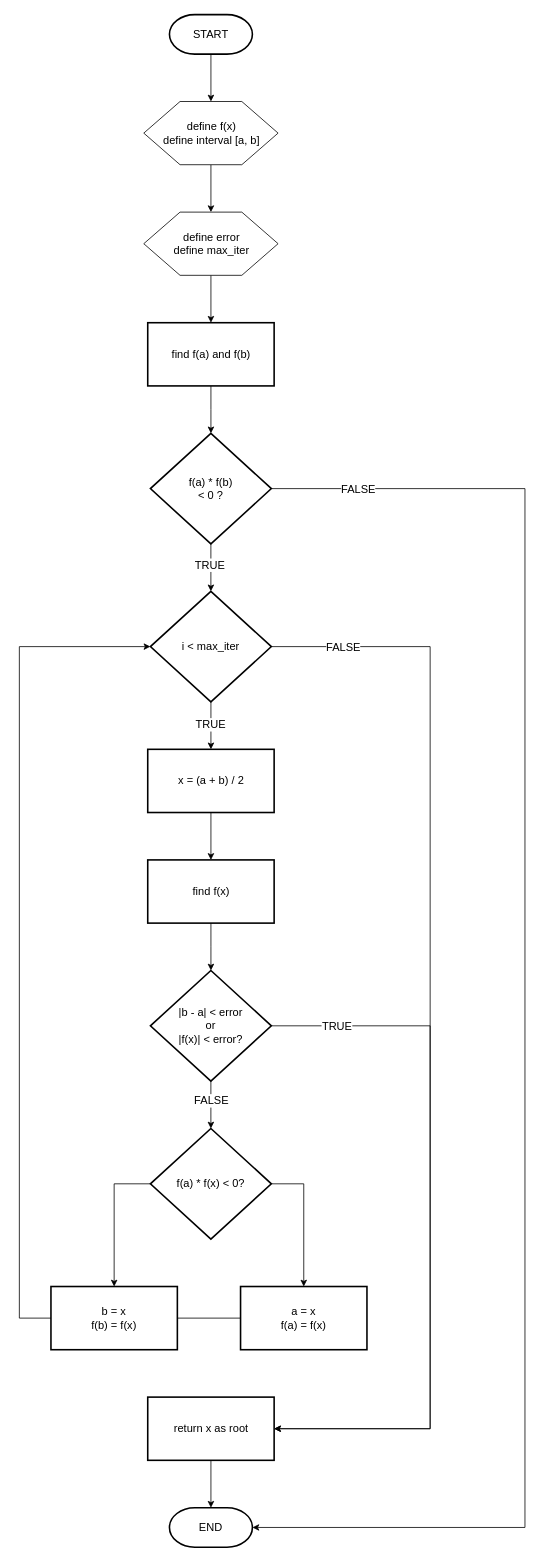
Earlier version of the draw.io diagram false-position/false-position.drawio (HarisHerdiansyah/computational-math). Source tidied: cells renumbered, new cells numbered last; positions are measured from the earlier drawing's top-left corner, leaving out a move shared by most shapes. Both pictures are drawn from the tidied source at 79%, with x=0, y=0 at pixel (19, 14).
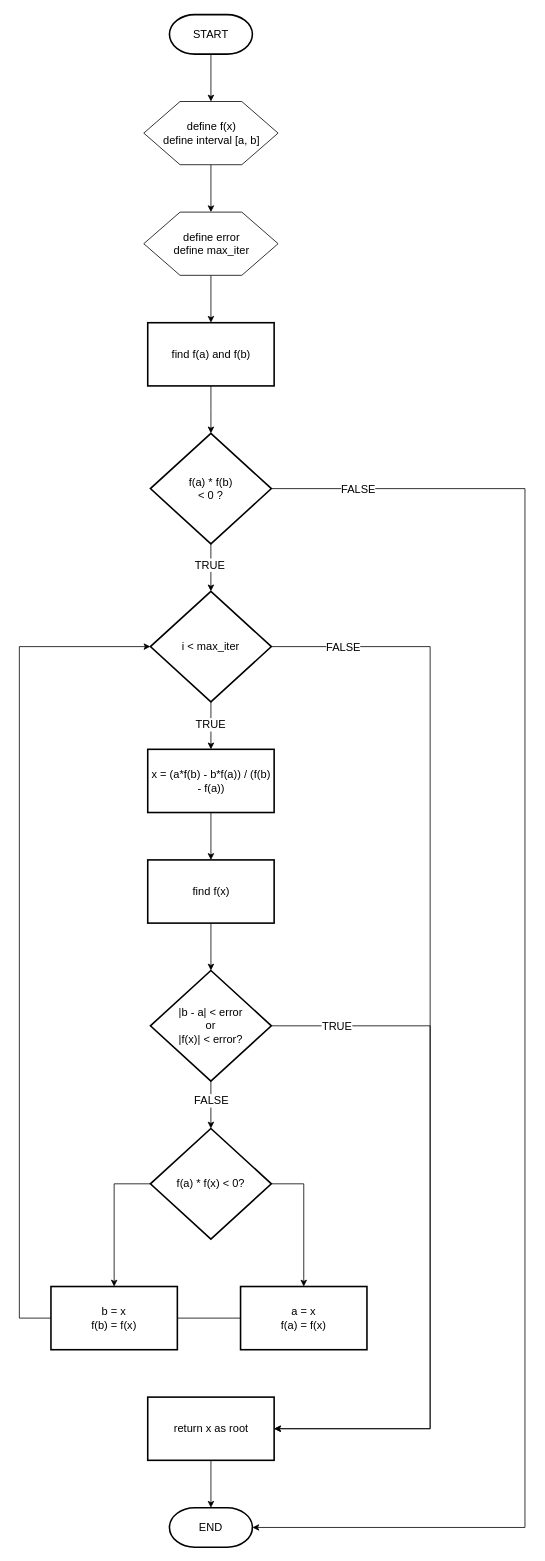
Above is the later version.

The edit, as a diff of the source:
```diff
@@
-    <mxCell id="14" value="x = (a + b) / 2" style="rounded=1;whiteSpace=wrap;html=1;absoluteArcSize=1;arcSize=0;strokeWidth=2;fontSize=14;" parent="1" vertex="1">
+    <mxCell id="14" value="x = (a*f(b) - b*f(a)) / (f(b) - f(a))" style="rounded=1;whiteSpace=wrap;html=1;absoluteArcSize=1;arcSize=0;strokeWidth=2;fontSize=14;" parent="1" vertex="1">
       <mxGeometry x="162.5" y="930" width="160" height="80" as="geometry" />
     </mxCell>
```
